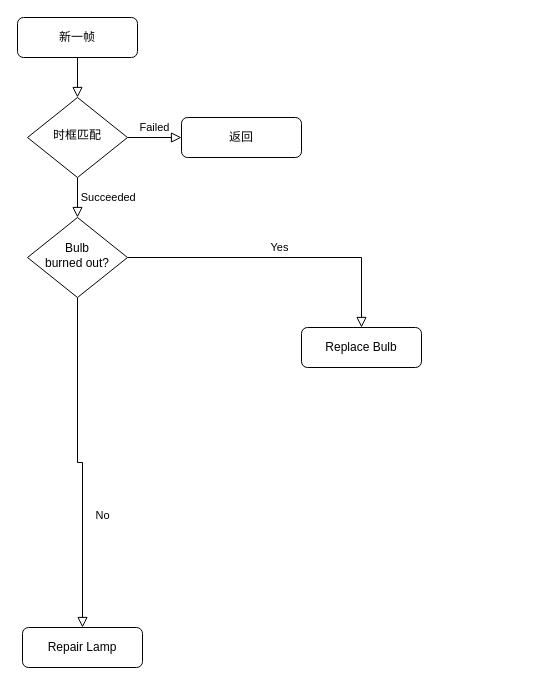
BartcreeBart/Reset keeps this draw.io diagram as 未命名绘图.drawio. Above is the earlier version. Source tidied: cells renumbered, new cells numbered last; positions are measured from the earlier drawing's top-left corner, leaving out a move shared by most shapes. Both pictures are drawn from the tidied source at 100%, with x=0, y=0 at pixel (17, 17).
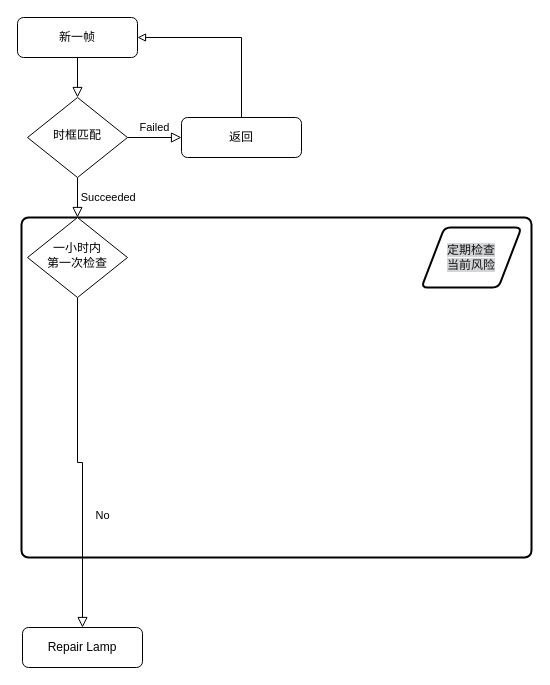
After the change.

Commit message (it also covers changes not shown here):
更新未命名绘图.drawio

Change to the diagram source:
```diff
@@
 <mxGraphModel>
   <root>
     <mxCell id="0" />
     <mxCell id="1" parent="0" />
+    <mxCell id="13" style="rounded=1;whiteSpace=wrap;html=1;absoluteArcSize=1;arcSize=14;strokeWidth=2;" parent="1" vertex="1">
+      <mxGeometry x="4" y="200" width="510" height="340" as="geometry" />
+    </mxCell>
     <mxCell id="2" style="rounded=0;html=1;jettySize=auto;fontSize=11;endArrow=block;endFill=0;endSize=8;strokeWidth=1;shadow=0;labelBackgroundColor=none;edgeStyle=orthogonalEdgeStyle;" parent="1" edge="1" source="3" target="6">
       <mxGeometry relative="1" as="geometry" />
     </mxCell>
     <mxCell id="3" value="新一帧" style="rounded=1;whiteSpace=wrap;html=1;fontSize=12;glass=0;strokeWidth=1;shadow=0;" parent="1" vertex="1">
       <mxGeometry width="120" height="40" as="geometry" />
     </mxCell>
     <mxCell id="4" value="&amp;nbsp; &amp;nbsp; &amp;nbsp; &amp;nbsp;&lt;span style=&quot;background-color: transparent; color: light-dark(rgb(0, 0, 0), rgb(255, 255, 255));&quot;&gt;Succeeded&lt;/span&gt;" style="rounded=0;html=1;jettySize=auto;fontSize=11;endArrow=block;endFill=0;endSize=8;strokeWidth=1;shadow=0;labelBackgroundColor=none;edgeStyle=orthogonalEdgeStyle;" parent="1" edge="1" source="6" target="10">
       <mxGeometry y="20" relative="1" as="geometry" />
     </mxCell>
     <mxCell id="5" value="Failed" style="edgeStyle=orthogonalEdgeStyle;rounded=0;html=1;jettySize=auto;fontSize=11;endArrow=block;endFill=0;endSize=8;strokeWidth=1;shadow=0;labelBackgroundColor=none;" parent="1" edge="1" source="6" target="7">
       <mxGeometry y="10" relative="1" as="geometry" />
     </mxCell>
     <mxCell id="6" value="时框匹配" style="rhombus;whiteSpace=wrap;html=1;shadow=0;fontFamily=Helvetica;fontSize=12;align=center;strokeWidth=1;spacing=6;spacingTop=-4;" parent="1" vertex="1">
       <mxGeometry x="10" y="80" width="100" height="80" as="geometry" />
     </mxCell>
     <mxCell id="7" value="返回" style="rounded=1;whiteSpace=wrap;html=1;fontSize=12;glass=0;strokeWidth=1;shadow=0;" parent="1" vertex="1">
       <mxGeometry x="164" y="100" width="120" height="40" as="geometry" />
     </mxCell>
     <mxCell id="8" value="No" style="rounded=0;html=1;jettySize=auto;fontSize=11;endArrow=block;endFill=0;endSize=8;strokeWidth=1;shadow=0;labelBackgroundColor=none;edgeStyle=orthogonalEdgeStyle;" parent="1" edge="1" source="10" target="11">
       <mxGeometry x="0.33" y="20" relative="1" as="geometry" />
     </mxCell>
-    <mxCell id="9" value="Yes" style="edgeStyle=orthogonalEdgeStyle;rounded=0;html=1;jettySize=auto;fontSize=11;endArrow=block;endFill=0;endSize=8;strokeWidth=1;shadow=0;labelBackgroundColor=none;" parent="1" edge="1" source="10" target="12">
-      <mxGeometry y="10" relative="1" as="geometry" />
-    </mxCell>
-    <mxCell id="10" value="Bulb&lt;br&gt;burned out?" style="rhombus;whiteSpace=wrap;html=1;shadow=0;fontFamily=Helvetica;fontSize=12;align=center;strokeWidth=1;spacing=6;spacingTop=-4;" parent="1" vertex="1">
+    <mxCell id="10" value="一小时内&lt;div&gt;第一次&lt;span style=&quot;background-color: transparent; color: light-dark(rgb(0, 0, 0), rgb(255, 255, 255));&quot;&gt;检查&lt;/span&gt;&lt;/div&gt;" style="rhombus;whiteSpace=wrap;html=1;shadow=0;fontFamily=Helvetica;fontSize=12;align=center;strokeWidth=1;spacing=6;spacingTop=-4;" parent="1" vertex="1">
       <mxGeometry x="10" y="200" width="100" height="80" as="geometry" />
     </mxCell>
     <mxCell id="11" value="Repair Lamp" style="rounded=1;whiteSpace=wrap;html=1;fontSize=12;glass=0;strokeWidth=1;shadow=0;" parent="1" vertex="1">
       <mxGeometry x="5" y="610" width="120" height="40" as="geometry" />
     </mxCell>
-    <mxCell id="12" value="Replace Bulb" style="rounded=1;whiteSpace=wrap;html=1;fontSize=12;glass=0;strokeWidth=1;shadow=0;" parent="1" vertex="1">
-      <mxGeometry x="284" y="310" width="120" height="40" as="geometry" />
-    </mxCell>
+    <mxCell id="14" style="rounded=0;html=1;jettySize=auto;fontSize=11;endArrow=block;endFill=0;strokeWidth=1;shadow=0;labelBackgroundColor=none;edgeStyle=orthogonalEdgeStyle;exitX=0.5;exitY=0;exitDx=0;exitDy=0;entryX=1;entryY=0.5;entryDx=0;entryDy=0;" parent="1" edge="1" source="7" target="3">
+      <mxGeometry x="0.33" y="20" relative="1" as="geometry" />
+    </mxCell>
+    <mxCell id="15" value="&lt;font color=&quot;#121212&quot;&gt;&lt;span style=&quot;background-color: rgb(211, 213, 214);&quot;&gt;定期检查&lt;/span&gt;&lt;/font&gt;&lt;div&gt;&lt;font color=&quot;#121212&quot;&gt;&lt;span style=&quot;background-color: rgb(211, 213, 214);&quot;&gt;当前风险&lt;/span&gt;&lt;/font&gt;&lt;/div&gt;" style="shape=parallelogram;html=1;strokeWidth=2;perimeter=parallelogramPerimeter;whiteSpace=wrap;rounded=1;arcSize=12;size=0.23;" parent="1" vertex="1">
+      <mxGeometry x="404" y="210" width="100" height="60" as="geometry" />
+    </mxCell>
   </root>
 </mxGraphModel>
```
